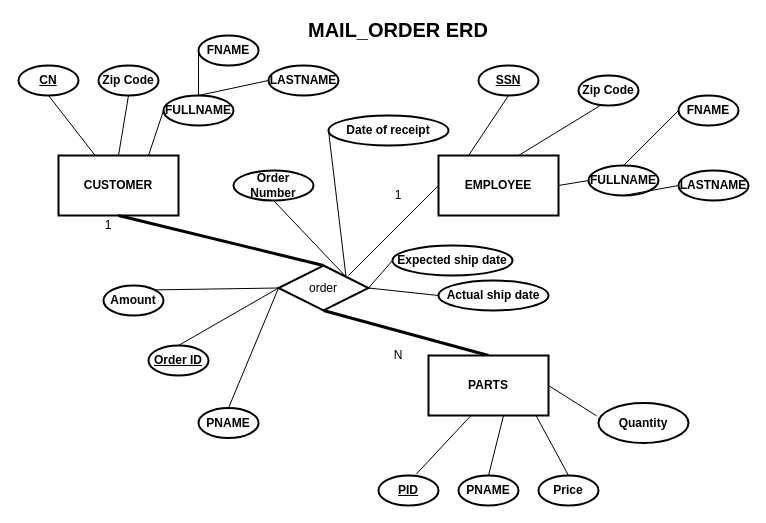
Before: tuyen.drawio in kieuvantuyen01/testGit, a draw.io diagram. Source tidied: cells renumbered, new cells numbered last; positions are measured from the earlier drawing's top-left corner, leaving out a move shared by most shapes. Both pictures are drawn from the tidied source at 100%, with x=0, y=0 at pixel (18, 19).
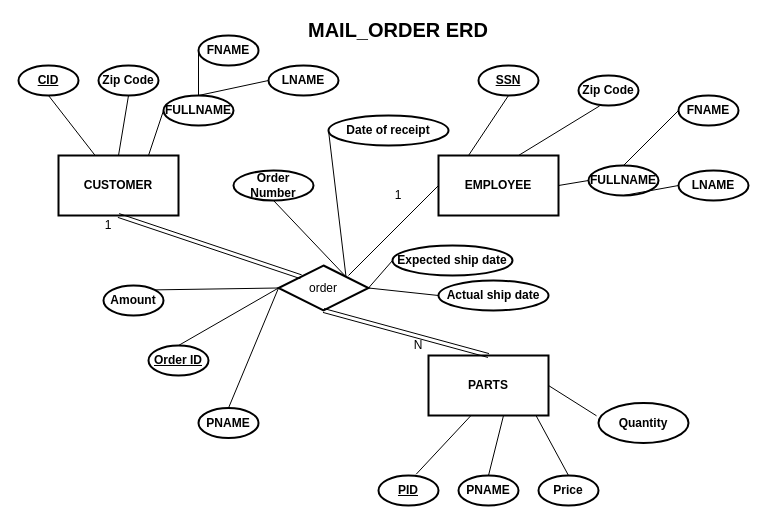
After the change.

Unchanged cells that the change refers to:
```xml
<mxCell id="2" value="&lt;b&gt;CUSTOMER&lt;/b&gt;" style="rounded=0;whiteSpace=wrap;html=1;strokeWidth=2;" parent="1" vertex="1">
  <mxGeometry x="40" y="136" width="120" height="60" as="geometry" />
</mxCell>
<mxCell id="33" value="order" style="shape=rhombus;perimeter=rhombusPerimeter;whiteSpace=wrap;html=1;align=center;strokeWidth=2;" parent="1" vertex="1">
  <mxGeometry x="260" y="246" width="90" height="45" as="geometry" />
</mxCell>
<mxCell id="36" value="1" style="text;html=1;strokeColor=none;fillColor=none;align=center;verticalAlign=middle;whiteSpace=wrap;rounded=0;" parent="1" vertex="1">
  <mxGeometry x="70" y="196" width="40" height="20" as="geometry" />
</mxCell>
<mxCell id="44" value="&lt;b&gt;PARTS&lt;/b&gt;" style="rounded=0;whiteSpace=wrap;html=1;strokeWidth=2;" parent="1" vertex="1">
  <mxGeometry x="410" y="336" width="120" height="60" as="geometry" />
</mxCell>
```

Diff of the diagram source:
```diff
@@
-    <mxCell id="4" value="CN" style="ellipse;whiteSpace=wrap;html=1;strokeWidth=2;fontStyle=5;" parent="1" vertex="1">
+    <mxCell id="4" value="CID" style="ellipse;whiteSpace=wrap;html=1;strokeWidth=2;fontStyle=5;" parent="1" vertex="1">
       <mxGeometry y="46" width="60" height="30" as="geometry" />
     </mxCell>
@@
-    <mxCell id="10" value="LASTNAME" style="ellipse;whiteSpace=wrap;html=1;strokeWidth=2;fontStyle=1;" parent="1" vertex="1">
+    <mxCell id="10" value="LNAME" style="ellipse;whiteSpace=wrap;html=1;strokeWidth=2;fontStyle=1;" parent="1" vertex="1">
       <mxGeometry x="660" y="151" width="70" height="30" as="geometry" />
     </mxCell>
@@
-    <mxCell id="34" style="endArrow=none;html=1;rounded=0;exitX=0.5;exitY=1;exitDx=0;exitDy=0;entryX=0.5;entryY=0;entryDx=0;entryDy=0;strokeWidth=3;" parent="1" edge="1" source="33" target="44">
-      <mxGeometry relative="1" as="geometry" />
-    </mxCell>
-    <mxCell id="35" style="endArrow=none;html=1;rounded=0;exitX=0.5;exitY=1;exitDx=0;exitDy=0;entryX=0.5;entryY=0;entryDx=0;entryDy=0;strokeWidth=3;" parent="1" edge="1" source="2" target="33">
-      <mxGeometry relative="1" as="geometry" />
-    </mxCell>
@@
-    <mxCell id="40" value="LASTNAME" style="ellipse;whiteSpace=wrap;html=1;strokeWidth=2;fontStyle=1;" parent="1" vertex="1">
+    <mxCell id="40" value="LNAME" style="ellipse;whiteSpace=wrap;html=1;strokeWidth=2;fontStyle=1;" parent="1" vertex="1">
       <mxGeometry x="250" y="46" width="70" height="30" as="geometry" />
     </mxCell>
@@
     <mxCell id="53" value="N" style="text;html=1;strokeColor=none;fillColor=none;align=center;verticalAlign=middle;whiteSpace=wrap;rounded=0;" parent="1" vertex="1">
-      <mxGeometry x="360" y="326" width="40" height="20" as="geometry" />
+      <mxGeometry x="380" y="316" width="40" height="20" as="geometry" />
     </mxCell>
@@
+    <mxCell id="56" style="shape=link;html=1;rounded=0;exitX=0.75;exitY=0;exitDx=0;exitDy=0;entryX=0;entryY=0;entryDx=0;entryDy=0;" parent="1" edge="1" source="36" target="33">
+      <mxGeometry relative="1" as="geometry" />
+    </mxCell>
+    <mxCell id="34" style="shape=link;html=1;rounded=0;entryX=0.5;entryY=0;entryDx=0;entryDy=0;exitX=0.5;exitY=1;exitDx=0;exitDy=0;" parent="1" edge="1" source="33" target="44">
+      <mxGeometry relative="1" as="geometry" />
+    </mxCell>
```
